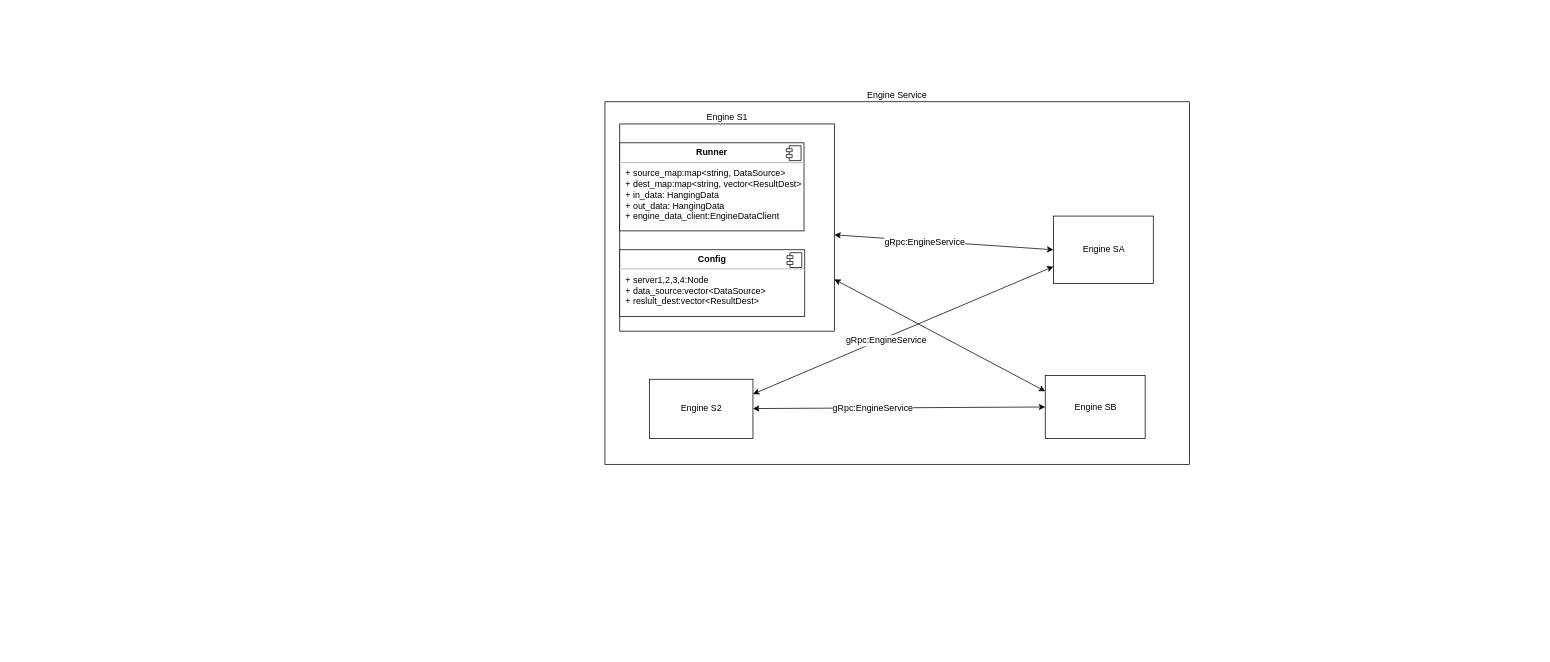
The draw.io diagram privpy_es.drawio in yankaili2006/wiki, before the edit. Source tidied: cells renumbered, new cells numbered last; positions are measured from the earlier drawing's top-left corner, leaving out a move shared by most shapes. Both pictures are drawn from the tidied source at 74%, with x=0, y=0 at pixel (605, 101).
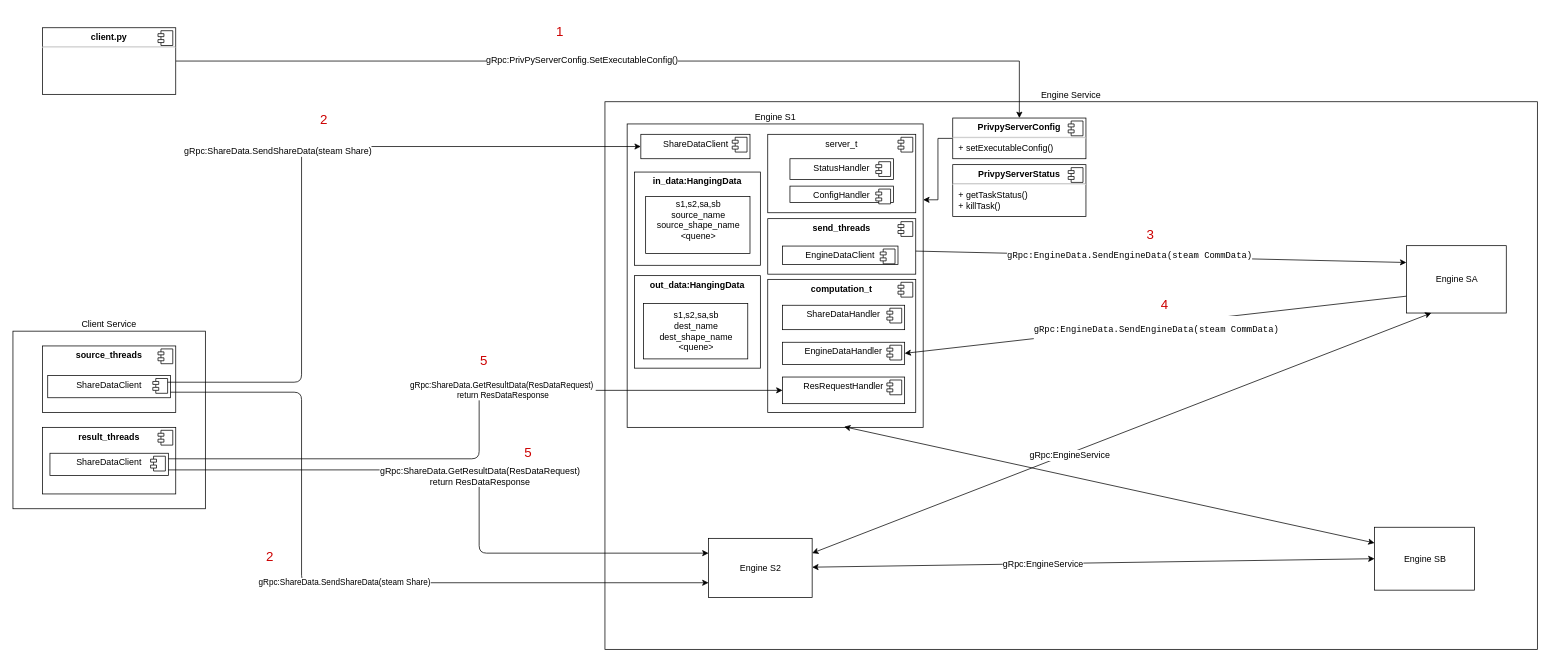
The same diagram, later.

Diff of the diagram source:
```diff
@@
-    <mxCell id="2" value="Engine Service&lt;br&gt;" style="whiteSpace=wrap;html=1;align=center;labelPosition=center;verticalLabelPosition=top;verticalAlign=bottom;" parent="1" vertex="1">
-      <mxGeometry width="790" height="490" as="geometry" />
+    <mxCell id="2" value="Engine Service&lt;br style=&quot;font-size: 12px;&quot;&gt;" style="whiteSpace=wrap;html=1;align=center;labelPosition=center;verticalLabelPosition=top;verticalAlign=bottom;fontSize=12;" parent="1" vertex="1">
+      <mxGeometry width="1260" height="740" as="geometry" />
     </mxCell>
     <mxCell id="3" value="Engine S1&lt;br&gt;" style="html=1;labelPosition=center;verticalLabelPosition=top;align=center;verticalAlign=bottom;" parent="2" vertex="1">
-      <mxGeometry x="20" y="30" width="290" height="280" as="geometry" />
+      <mxGeometry x="30" y="30" width="400" height="410" as="geometry" />
     </mxCell>
     <mxCell id="4" value="Engine SA&lt;br&gt;" style="html=1;labelPosition=center;verticalLabelPosition=middle;align=center;verticalAlign=middle;" parent="2" vertex="1">
-      <mxGeometry x="606" y="154.5" width="135" height="91" as="geometry" />
+      <mxGeometry x="1083" y="194.5" width="135" height="91" as="geometry" />
     </mxCell>
-    <mxCell id="5" style="endArrow=classic;startArrow=classic;html=1;entryX=0;entryY=0.5;entryDx=0;entryDy=0;" parent="2" edge="1" source="3" target="4">
-      <mxGeometry relative="1" as="geometry" />
-    </mxCell>
-    <mxCell id="6" value="gRpc:EngineService" style="text;html=1;align=center;verticalAlign=middle;labelBackgroundColor=#ffffff;" parent="5" vertex="1">
-      <mxGeometry x="-0.18" y="-1" relative="1" as="geometry" />
-    </mxCell>
-    <mxCell id="7" value="&lt;p style=&quot;margin: 0px ; margin-top: 6px ; text-align: center&quot;&gt;&lt;b&gt;Runner&lt;/b&gt;&lt;/p&gt;&lt;hr&gt;&lt;p style=&quot;margin: 0px ; margin-left: 8px&quot;&gt;+ source_map:map&amp;lt;string, DataSource&amp;gt;&lt;/p&gt;&lt;p style=&quot;margin: 0px ; margin-left: 8px&quot;&gt;+ dest_map:map&amp;lt;string, vector&amp;lt;ResultDest&amp;gt;&lt;/p&gt;&lt;p style=&quot;margin: 0px ; margin-left: 8px&quot;&gt;+ in_data: HangingData&lt;br&gt;+ out_data: HangingData&lt;/p&gt;&lt;p style=&quot;margin: 0px ; margin-left: 8px&quot;&gt;+ engine_data_client:&lt;span&gt;EngineDataClient&lt;/span&gt;&lt;/p&gt;" style="align=left;overflow=fill;html=1;" parent="2" vertex="1">
-      <mxGeometry x="20" y="55.5" width="249" height="119" as="geometry" />
-    </mxCell>
-    <mxCell id="8" style="shape=component;jettyWidth=8;jettyHeight=4;" parent="7" vertex="1">
-      <mxGeometry x="1" width="20" height="20" relative="1" as="geometry">
-        <mxPoint x="-24" y="4" as="offset" />
-      </mxGeometry>
-    </mxCell>
     <mxCell id="9" value="Engine SB&lt;br&gt;" style="html=1;labelPosition=center;verticalLabelPosition=middle;align=center;verticalAlign=middle;" parent="2" vertex="1">
-      <mxGeometry x="595" y="370" width="135" height="85" as="geometry" />
+      <mxGeometry x="1040" y="575" width="135" height="85" as="geometry" />
     </mxCell>
-    <mxCell id="10" style="endArrow=classic;startArrow=classic;html=1;entryX=1;entryY=0.75;entryDx=0;entryDy=0;exitX=0;exitY=0.25;exitDx=0;exitDy=0;" parent="2" edge="1" source="9" target="3">
+    <mxCell id="10" style="endArrow=classic;startArrow=classic;html=1;entryX=0.733;entryY=0.998;entryDx=0;entryDy=0;exitX=0;exitY=0.25;exitDx=0;exitDy=0;entryPerimeter=0;" parent="2" edge="1" source="9" target="3">
       <mxGeometry relative="1" as="geometry" />
     </mxCell>
     <mxCell id="11" value="Engine S2&lt;br&gt;" style="html=1;labelPosition=center;verticalLabelPosition=middle;align=center;verticalAlign=middle;" parent="2" vertex="1">
-      <mxGeometry x="60" y="375" width="140" height="80" as="geometry" />
+      <mxGeometry x="140" y="590" width="140" height="80" as="geometry" />
     </mxCell>
-    <mxCell id="12" style="endArrow=classic;startArrow=classic;html=1;entryX=1;entryY=0.25;entryDx=0;entryDy=0;exitX=0;exitY=0.75;exitDx=0;exitDy=0;" parent="2" edge="1" source="4" target="11">
+    <mxCell id="12" style="endArrow=classic;startArrow=classic;html=1;entryX=1;entryY=0.25;entryDx=0;entryDy=0;exitX=0.25;exitY=1;exitDx=0;exitDy=0;" parent="2" edge="1" source="4" target="11">
       <mxGeometry relative="1" as="geometry" />
     </mxCell>
@@
+    <mxCell id="18" value="&lt;p style=&quot;margin: 6px 0px 0px; text-align: center; font-size: 12px;&quot;&gt;server_t&lt;/p&gt;" style="align=center;overflow=fill;html=1;fontSize=12;fontColor=#000000;labelPosition=center;verticalLabelPosition=middle;verticalAlign=middle;" parent="2" vertex="1">
+      <mxGeometry x="220" y="44" width="200" height="106" as="geometry" />
+    </mxCell>
+    <mxCell id="19" style="shape=component;jettyWidth=8;jettyHeight=4;" parent="18" vertex="1">
+      <mxGeometry x="1" width="20" height="20" relative="1" as="geometry">
+        <mxPoint x="-24" y="4" as="offset" />
+      </mxGeometry>
+    </mxCell>
+    <mxCell id="20" value="&lt;p style=&quot;margin: 0px ; margin-top: 6px ; text-align: center&quot;&gt;StatusHandler&lt;/p&gt;" style="align=left;overflow=fill;html=1;" parent="18" vertex="1">
+      <mxGeometry x="30" y="33" width="140" height="28" as="geometry" />
+    </mxCell>
+    <mxCell id="21" style="shape=component;jettyWidth=8;jettyHeight=4;" parent="20" vertex="1">
+      <mxGeometry x="1" width="20" height="20" relative="1" as="geometry">
+        <mxPoint x="-24" y="4" as="offset" />
+      </mxGeometry>
+    </mxCell>
+    <mxCell id="22" value="&lt;p style=&quot;margin: 0px ; margin-top: 6px ; text-align: center&quot;&gt;ConfigHandler&lt;/p&gt;" style="align=left;overflow=fill;html=1;" parent="18" vertex="1">
+      <mxGeometry x="30" y="70" width="140" height="22" as="geometry" />
+    </mxCell>
+    <mxCell id="23" style="shape=component;jettyWidth=8;jettyHeight=4;" parent="22" vertex="1">
+      <mxGeometry x="1" width="20" height="20" relative="1" as="geometry">
+        <mxPoint x="-24" y="4" as="offset" />
+      </mxGeometry>
+    </mxCell>
+    <mxCell id="24" value="&lt;p style=&quot;margin: 0px ; margin-top: 6px ; text-align: center&quot;&gt;&lt;b&gt;computation_t&lt;/b&gt;&lt;/p&gt;" style="align=left;overflow=fill;html=1;fontSize=12;fontColor=#000000;" parent="2" vertex="1">
+      <mxGeometry x="220" y="240" width="200" height="180" as="geometry" />
+    </mxCell>
+    <mxCell id="25" style="shape=component;jettyWidth=8;jettyHeight=4;" parent="24" vertex="1">
+      <mxGeometry x="1" width="20" height="20" relative="1" as="geometry">
+        <mxPoint x="-24" y="4" as="offset" />
+      </mxGeometry>
+    </mxCell>
+    <mxCell id="7" value="&lt;p style=&quot;margin: 0px ; margin-top: 6px ; text-align: center&quot;&gt;ShareDataHandler&lt;/p&gt;" style="align=center;overflow=fill;html=1;labelPosition=center;verticalLabelPosition=middle;verticalAlign=middle;" parent="24" vertex="1">
+      <mxGeometry x="20" y="35" width="165" height="33" as="geometry" />
+    </mxCell>
+    <mxCell id="8" style="shape=component;jettyWidth=8;jettyHeight=4;" parent="7" vertex="1">
+      <mxGeometry x="1" width="20" height="20" relative="1" as="geometry">
+        <mxPoint x="-24" y="4" as="offset" />
+      </mxGeometry>
+    </mxCell>
+    <mxCell id="26" value="&lt;p style=&quot;margin: 0px ; margin-top: 6px ; text-align: center&quot;&gt;EngineDataHandler&lt;/p&gt;" style="align=left;overflow=fill;html=1;" parent="24" vertex="1">
+      <mxGeometry x="20" y="85" width="165" height="30" as="geometry" />
+    </mxCell>
+    <mxCell id="27" style="shape=component;jettyWidth=8;jettyHeight=4;" parent="26" vertex="1">
+      <mxGeometry x="1" width="20" height="20" relative="1" as="geometry">
+        <mxPoint x="-24" y="4" as="offset" />
+      </mxGeometry>
+    </mxCell>
-    <mxCell id="16" value="&lt;p style=&quot;margin: 0px ; margin-top: 6px ; text-align: center&quot;&gt;&lt;b&gt;Config&lt;/b&gt;&lt;/p&gt;&lt;hr&gt;&lt;p style=&quot;margin: 0px ; margin-left: 8px&quot;&gt;+ server1,2,3,4:Node&lt;br&gt;+ data_source:vector&amp;lt;DataSource&amp;gt;&lt;/p&gt;&lt;p style=&quot;margin: 0px ; margin-left: 8px&quot;&gt;+ reslult_dest:vector&amp;lt;ResultDest&amp;gt;&lt;/p&gt;" style="align=left;overflow=fill;html=1;" parent="2" vertex="1">
-      <mxGeometry x="20" y="200" width="250" height="90" as="geometry" />
+    <mxCell id="16" value="&lt;p style=&quot;margin: 0px ; margin-top: 6px ; text-align: center&quot;&gt;ResRequestHandler&lt;/p&gt;" style="align=left;overflow=fill;html=1;" parent="24" vertex="1">
+      <mxGeometry x="20" y="132" width="165" height="36" as="geometry" />
     </mxCell>
@@
+    <mxCell id="28" value="&lt;p style=&quot;margin: 0px ; margin-top: 6px ; text-align: center&quot;&gt;ShareDataClient&lt;/p&gt;" style="align=left;overflow=fill;html=1;" parent="2" vertex="1">
+      <mxGeometry x="48.5" y="44" width="147.5" height="33" as="geometry" />
+    </mxCell>
+    <mxCell id="29" style="shape=component;jettyWidth=8;jettyHeight=4;" parent="28" vertex="1">
+      <mxGeometry x="1" width="20" height="20" relative="1" as="geometry">
+        <mxPoint x="-24" y="4" as="offset" />
+      </mxGeometry>
+    </mxCell>
+    <mxCell id="30" value="&lt;pre&gt;gRpc:EngineData.SendEngineData(steam CommData)&lt;/pre&gt;" style="endArrow=classic;html=1;exitX=0;exitY=0.75;exitDx=0;exitDy=0;fontSize=12;entryX=1;entryY=0.5;entryDx=0;entryDy=0;" parent="2" edge="1" source="4" target="26">
+      <mxGeometry y="8" relative="1" as="geometry" />
+    </mxCell>
+    <mxCell id="31" style="endArrow=classic;html=1;entryX=0;entryY=0.25;entryDx=0;entryDy=0;exitX=1;exitY=0.25;exitDx=0;exitDy=0;verticalAlign=middle;" parent="2" edge="1" source="35" target="4">
+      <mxGeometry relative="1" as="geometry" />
+    </mxCell>
+    <mxCell id="32" value="&lt;pre&gt;gRpc:EngineData.SendEngineData(steam CommData)&lt;/pre&gt;" style="text;html=1;align=center;verticalAlign=middle;labelBackgroundColor=#ffffff;" parent="31" vertex="1">
+      <mxGeometry x="-0.12" y="1" relative="1" as="geometry">
+        <mxPoint x="10.5" y="0.5" as="offset" />
+      </mxGeometry>
+    </mxCell>
+    <mxCell id="33" value="&lt;p style=&quot;margin: 0px ; margin-top: 6px ; text-align: center&quot;&gt;&lt;b&gt;send_threads&lt;/b&gt;&lt;/p&gt;" style="align=left;overflow=fill;html=1;fontSize=12;fontColor=#000000;" parent="2" vertex="1">
+      <mxGeometry x="220" y="158" width="200" height="75" as="geometry" />
+    </mxCell>
+    <mxCell id="34" style="shape=component;jettyWidth=8;jettyHeight=4;" parent="33" vertex="1">
+      <mxGeometry x="1" width="20" height="20" relative="1" as="geometry">
+        <mxPoint x="-24" y="4" as="offset" />
+      </mxGeometry>
+    </mxCell>
+    <mxCell id="35" value="&lt;p style=&quot;margin: 0px ; margin-top: 6px ; text-align: center&quot;&gt;EngineDataClient&lt;/p&gt;" style="align=left;overflow=fill;html=1;" parent="33" vertex="1">
+      <mxGeometry x="20" y="37" width="156" height="25" as="geometry" />
+    </mxCell>
+    <mxCell id="36" style="shape=component;jettyWidth=8;jettyHeight=4;" parent="35" vertex="1">
+      <mxGeometry x="1" width="20" height="20" relative="1" as="geometry">
+        <mxPoint x="-24" y="4" as="offset" />
+      </mxGeometry>
+    </mxCell>
+    <mxCell id="37" value="&lt;font style=&quot;font-size: 18px&quot;&gt;4&lt;/font&gt;" style="text;html=1;strokeColor=none;fillColor=none;align=center;verticalAlign=middle;whiteSpace=wrap;rounded=0;fontColor=#CC0000;fontSize=18;" parent="2" vertex="1">
+      <mxGeometry x="720" y="250" width="73" height="50" as="geometry" />
+    </mxCell>
+    <mxCell id="38" value="&lt;font style=&quot;font-size: 18px&quot;&gt;3&lt;/font&gt;" style="text;html=1;strokeColor=none;fillColor=none;align=center;verticalAlign=middle;whiteSpace=wrap;rounded=0;fontColor=#CC0000;fontSize=18;" parent="2" vertex="1">
+      <mxGeometry x="700.5" y="155" width="73" height="50" as="geometry" />
+    </mxCell>
+    <mxCell id="39" value="&lt;p style=&quot;margin: 0px ; margin-top: 6px ; text-align: center&quot;&gt;&lt;b&gt;in_data:HangingData&lt;/b&gt;&lt;/p&gt;&lt;p style=&quot;margin: 0px ; margin-top: 6px ; text-align: center&quot;&gt;&lt;br&gt;&lt;/p&gt;" style="align=left;overflow=fill;html=1;fontSize=12;fontColor=#000000;" parent="2" vertex="1">
+      <mxGeometry x="40" y="95" width="170" height="126" as="geometry" />
+    </mxCell>
+    <mxCell id="40" value="s1,s2,sa,sb&lt;br&gt;source_name&lt;br&gt;source_shape_name&lt;br&gt;&amp;lt;quene&amp;gt;&lt;br&gt;&lt;br&gt;" style="html=1;fontSize=12;fontColor=#000000;" parent="39" vertex="1">
+      <mxGeometry x="15" y="33" width="141" height="77" as="geometry" />
+    </mxCell>
+    <mxCell id="41" value="&lt;p style=&quot;margin: 0px ; margin-top: 6px ; text-align: center&quot;&gt;&lt;b&gt;out_data:HangingData&lt;/b&gt;&lt;/p&gt;" style="align=left;overflow=fill;html=1;fontSize=12;fontColor=#000000;" parent="2" vertex="1">
+      <mxGeometry x="40" y="235" width="170" height="125" as="geometry" />
+    </mxCell>
+    <mxCell id="42" value="s1,s2,sa,sb&lt;br&gt;dest_name&lt;br&gt;dest_shape_name&lt;br&gt;&amp;lt;quene&amp;gt;&lt;br&gt;" style="html=1;fontSize=12;fontColor=#000000;" parent="41" vertex="1">
+      <mxGeometry x="12" y="37.5" width="141" height="75" as="geometry" />
+    </mxCell>
+    <mxCell id="43" style="edgeStyle=orthogonalEdgeStyle;rounded=0;jettySize=auto;html=1;fontSize=12;fontColor=#000000;entryX=1;entryY=0.25;entryDx=0;entryDy=0;" parent="2" edge="1" source="44" target="3">
+      <mxGeometry relative="1" as="geometry" />
+    </mxCell>
+    <mxCell id="44" value="&lt;p style=&quot;margin: 0px ; margin-top: 6px ; text-align: center&quot;&gt;&lt;b&gt;PrivpyServerConfig&lt;/b&gt;&lt;/p&gt;&lt;hr&gt;&lt;p style=&quot;margin: 0px ; margin-left: 8px&quot;&gt;+ setExecutableConfig()&lt;br&gt;&lt;/p&gt;" style="align=left;overflow=fill;html=1;fontSize=12;fontColor=#000000;" parent="2" vertex="1">
+      <mxGeometry x="470" y="22" width="180" height="55" as="geometry" />
+    </mxCell>
+    <mxCell id="45" style="shape=component;jettyWidth=8;jettyHeight=4;" parent="44" vertex="1">
+      <mxGeometry x="1" width="20" height="20" relative="1" as="geometry">
+        <mxPoint x="-24" y="4" as="offset" />
+      </mxGeometry>
+    </mxCell>
+    <mxCell id="46" value="&lt;p style=&quot;margin: 0px ; margin-top: 6px ; text-align: center&quot;&gt;&lt;b&gt;PrivpyServerStatus&lt;/b&gt;&lt;/p&gt;&lt;hr&gt;&lt;p style=&quot;margin: 0px ; margin-left: 8px&quot;&gt;+ getTaskStatus()&lt;br&gt;&lt;/p&gt;&lt;p style=&quot;margin: 0px ; margin-left: 8px&quot;&gt;+ killTask()&lt;/p&gt;" style="align=left;overflow=fill;html=1;fontSize=12;fontColor=#000000;" parent="2" vertex="1">
+      <mxGeometry x="470" y="85" width="180" height="70" as="geometry" />
+    </mxCell>
+    <mxCell id="47" style="shape=component;jettyWidth=8;jettyHeight=4;" parent="46" vertex="1">
+      <mxGeometry x="1" width="20" height="20" relative="1" as="geometry">
+        <mxPoint x="-24" y="4" as="offset" />
+      </mxGeometry>
+    </mxCell>
+    <mxCell id="48" value="Client Service" style="whiteSpace=wrap;html=1;align=center;labelPosition=center;verticalLabelPosition=top;verticalAlign=bottom;" parent="1" vertex="1">
+      <mxGeometry x="-800" y="310" width="260" height="240" as="geometry" />
+    </mxCell>
+    <mxCell id="49" value="&lt;p style=&quot;margin: 0px ; margin-top: 6px ; text-align: center&quot;&gt;&lt;b&gt;source_threads&lt;/b&gt;&lt;/p&gt;" style="align=left;overflow=fill;html=1;fontSize=12;fontColor=#000000;" parent="48" vertex="1">
+      <mxGeometry x="40" y="20" width="180" height="90" as="geometry" />
+    </mxCell>
+    <mxCell id="50" style="shape=component;jettyWidth=8;jettyHeight=4;" parent="49" vertex="1">
+      <mxGeometry x="1" width="20" height="20" relative="1" as="geometry">
+        <mxPoint x="-24" y="4" as="offset" />
+      </mxGeometry>
+    </mxCell>
+    <mxCell id="51" value="&lt;p style=&quot;margin: 0px ; margin-top: 6px ; text-align: center&quot;&gt;ShareDataClient&lt;/p&gt;" style="align=left;overflow=fill;html=1;" parent="49" vertex="1">
+      <mxGeometry x="7" y="40" width="166" height="30" as="geometry" />
+    </mxCell>
+    <mxCell id="52" style="shape=component;jettyWidth=8;jettyHeight=4;" parent="51" vertex="1">
+      <mxGeometry x="1" width="20" height="20" relative="1" as="geometry">
+        <mxPoint x="-24" y="4" as="offset" />
+      </mxGeometry>
+    </mxCell>
+    <mxCell id="53" value="&lt;p style=&quot;margin: 0px ; margin-top: 6px ; text-align: center&quot;&gt;&lt;b&gt;result_threads&lt;/b&gt;&lt;/p&gt;" style="align=left;overflow=fill;html=1;fontSize=12;fontColor=#000000;" parent="48" vertex="1">
+      <mxGeometry x="40" y="130" width="180" height="90" as="geometry" />
+    </mxCell>
+    <mxCell id="54" style="shape=component;jettyWidth=8;jettyHeight=4;" parent="53" vertex="1">
+      <mxGeometry x="1" width="20" height="20" relative="1" as="geometry">
+        <mxPoint x="-24" y="4" as="offset" />
+      </mxGeometry>
+    </mxCell>
+    <mxCell id="55" value="&lt;p style=&quot;margin: 0px ; margin-top: 6px ; text-align: center&quot;&gt;ShareDataClient&lt;/p&gt;" style="align=left;overflow=fill;html=1;" parent="53" vertex="1">
+      <mxGeometry x="10" y="35" width="160" height="30" as="geometry" />
+    </mxCell>
+    <mxCell id="56" style="shape=component;jettyWidth=8;jettyHeight=4;" parent="55" vertex="1">
+      <mxGeometry x="1" width="20" height="20" relative="1" as="geometry">
+        <mxPoint x="-24" y="4" as="offset" />
+      </mxGeometry>
+    </mxCell>
+    <mxCell id="57" value="&lt;span&gt;gRpc:ShareData.GetResultData(ResDataRequest)&amp;nbsp;&lt;/span&gt;&lt;br&gt;&lt;span&gt;return ResDataResponse&lt;/span&gt;&lt;br&gt;" style="edgeStyle=elbowEdgeStyle;elbow=horizontal;endArrow=classic;html=1;exitX=1;exitY=0.25;exitDx=0;exitDy=0;entryX=0;entryY=0.5;entryDx=0;entryDy=0;" parent="1" edge="1" source="55" target="16">
+      <mxGeometry x="0.18" relative="1" as="geometry">
+        <Array as="points">
+          <mxPoint x="-170" y="410" />
+          <mxPoint x="-170" y="360" />
+          <mxPoint x="-250" y="360" />
+          <mxPoint x="-130" y="200" />
+          <mxPoint x="-190" y="190" />
+          <mxPoint x="-40" y="240" />
+        </Array>
+      </mxGeometry>
+    </mxCell>
+    <mxCell id="58" style="edgeStyle=elbowEdgeStyle;elbow=horizontal;endArrow=classic;html=1;exitX=1;exitY=0.25;exitDx=0;exitDy=0;entryX=0;entryY=0.5;entryDx=0;entryDy=0;" parent="1" edge="1" source="52" target="28">
+      <mxGeometry relative="1" as="geometry">
+        <Array as="points">
+          <mxPoint x="-410" y="270" />
+        </Array>
+      </mxGeometry>
+    </mxCell>
+    <mxCell id="59" value="&lt;span&gt;gRpc:ShareData.SendShareData(steam Share)&lt;/span&gt;" style="text;html=1;align=center;verticalAlign=middle;labelBackgroundColor=#ffffff;" parent="58" vertex="1">
+      <mxGeometry x="0.07" y="-2" relative="1" as="geometry">
+        <mxPoint x="-46" y="4" as="offset" />
+      </mxGeometry>
+    </mxCell>
+    <mxCell id="60" value="&lt;font style=&quot;font-size: 18px&quot;&gt;2&lt;/font&gt;" style="text;html=1;strokeColor=none;fillColor=none;align=center;verticalAlign=middle;whiteSpace=wrap;rounded=0;fontColor=#CC0000;fontSize=18;" parent="1" vertex="1">
+      <mxGeometry x="-416.5" width="73" height="50" as="geometry" />
+    </mxCell>
+    <mxCell id="61" value="&lt;font style=&quot;font-size: 18px&quot;&gt;5&lt;/font&gt;" style="text;html=1;strokeColor=none;fillColor=none;align=center;verticalAlign=middle;whiteSpace=wrap;rounded=0;fontColor=#CC0000;fontSize=18;" parent="1" vertex="1">
+      <mxGeometry x="-200" y="325" width="73" height="50" as="geometry" />
+    </mxCell>
+    <mxCell id="62" style="edgeStyle=elbowEdgeStyle;elbow=horizontal;endArrow=classic;html=1;entryX=0;entryY=0.25;entryDx=0;entryDy=0;exitX=1;exitY=0.75;exitDx=0;exitDy=0;" parent="1" edge="1" source="55" target="11">
+      <mxGeometry relative="1" as="geometry">
+        <Array as="points">
+          <mxPoint x="-170" y="530" />
+          <mxPoint x="-270" y="470" />
+        </Array>
+      </mxGeometry>
+    </mxCell>
+    <mxCell id="63" value="gRpc:ShareData.GetResultData(ResDataRequest) &lt;br&gt;return ResDataResponse" style="text;html=1;align=center;verticalAlign=middle;labelBackgroundColor=#ffffff;" parent="62" vertex="1">
+      <mxGeometry x="0.07" y="-2" relative="1" as="geometry">
+        <mxPoint x="2" y="-23" as="offset" />
+      </mxGeometry>
+    </mxCell>
+    <mxCell id="64" value="&lt;span&gt;gRpc:ShareData.SendShareData(steam Share)&lt;/span&gt;" style="edgeStyle=elbowEdgeStyle;elbow=horizontal;endArrow=classic;html=1;exitX=1;exitY=0.75;exitDx=0;exitDy=0;entryX=0;entryY=0.75;entryDx=0;entryDy=0;" parent="1" edge="1" source="51" target="11">
+      <mxGeometry relative="1" as="geometry">
+        <Array as="points">
+          <mxPoint x="-410" y="490" />
+          <mxPoint x="-120" y="210" />
+          <mxPoint x="-180" y="200" />
+          <mxPoint x="-30" y="250" />
+        </Array>
+      </mxGeometry>
+    </mxCell>
+    <mxCell id="65" value="&lt;font style=&quot;font-size: 18px&quot;&gt;2&lt;/font&gt;" style="text;html=1;strokeColor=none;fillColor=none;align=center;verticalAlign=middle;whiteSpace=wrap;rounded=0;fontColor=#CC0000;fontSize=18;" parent="1" vertex="1">
+      <mxGeometry x="-489.5" y="590" width="73" height="50" as="geometry" />
+    </mxCell>
+    <mxCell id="66" value="&lt;font style=&quot;font-size: 18px&quot;&gt;5&lt;/font&gt;" style="text;html=1;strokeColor=none;fillColor=none;align=center;verticalAlign=middle;whiteSpace=wrap;rounded=0;fontColor=#CC0000;fontSize=18;" parent="1" vertex="1">
+      <mxGeometry x="-140" y="450" width="73" height="50" as="geometry" />
+    </mxCell>
+    <mxCell id="67" style="edgeStyle=orthogonalEdgeStyle;rounded=0;jettySize=auto;html=1;fontSize=12;fontColor=#000000;" parent="1" edge="1" source="69" target="44">
+      <mxGeometry relative="1" as="geometry" />
+    </mxCell>
+    <mxCell id="68" value="gRpc:PrivPyServerConfig.SetExecutableConfig()" style="text;html=1;align=center;verticalAlign=middle;labelBackgroundColor=#ffffff;fontSize=12;fontColor=#000000;" parent="67" vertex="1">
+      <mxGeometry x="-0.1" y="2" relative="1" as="geometry" />
+    </mxCell>
+    <mxCell id="69" value="&lt;p style=&quot;margin: 0px ; margin-top: 6px ; text-align: center&quot;&gt;&lt;b&gt;client.py&lt;/b&gt;&lt;/p&gt;&lt;hr&gt;&lt;p style=&quot;margin: 0px ; margin-left: 8px&quot;&gt;&lt;br&gt;&lt;/p&gt;" style="align=left;overflow=fill;html=1;fontSize=12;fontColor=#000000;" parent="1" vertex="1">
+      <mxGeometry x="-760" y="-100" width="180" height="90" as="geometry" />
+    </mxCell>
+    <mxCell id="70" style="shape=component;jettyWidth=8;jettyHeight=4;" parent="69" vertex="1">
+      <mxGeometry x="1" width="20" height="20" relative="1" as="geometry">
+        <mxPoint x="-24" y="4" as="offset" />
+      </mxGeometry>
+    </mxCell>
+    <mxCell id="71" value="&lt;font style=&quot;font-size: 18px;&quot;&gt;1&lt;/font&gt;" style="text;html=1;strokeColor=none;fillColor=none;align=center;verticalAlign=middle;whiteSpace=wrap;rounded=0;fontColor=#CC0000;fontSize=18;" parent="1" vertex="1">
+      <mxGeometry x="-97" y="-120" width="73" height="50" as="geometry" />
+    </mxCell>
```
